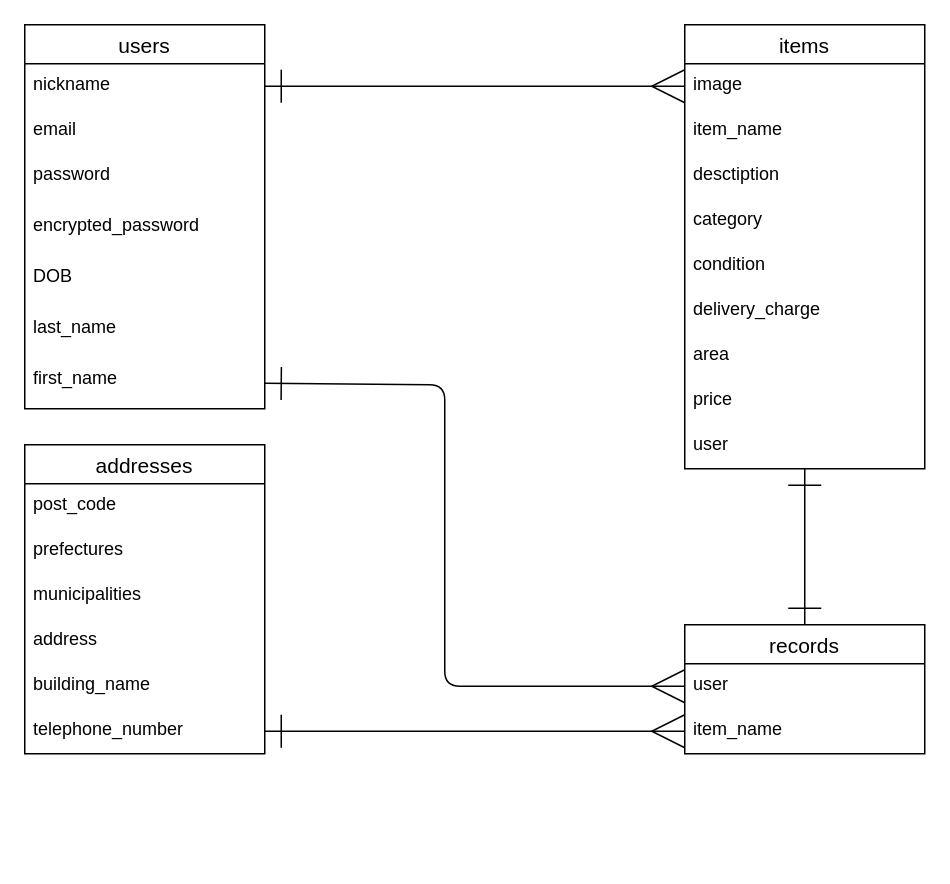
The draw.io diagram config/furima.dio in Kokiy8/furima-36686, before the edit. Source tidied: cells renumbered, new cells numbered last; positions are measured from the earlier drawing's top-left corner, leaving out a move shared by most shapes. Both pictures are drawn from the tidied source at 150%, with x=0, y=0 at pixel (24, 24).
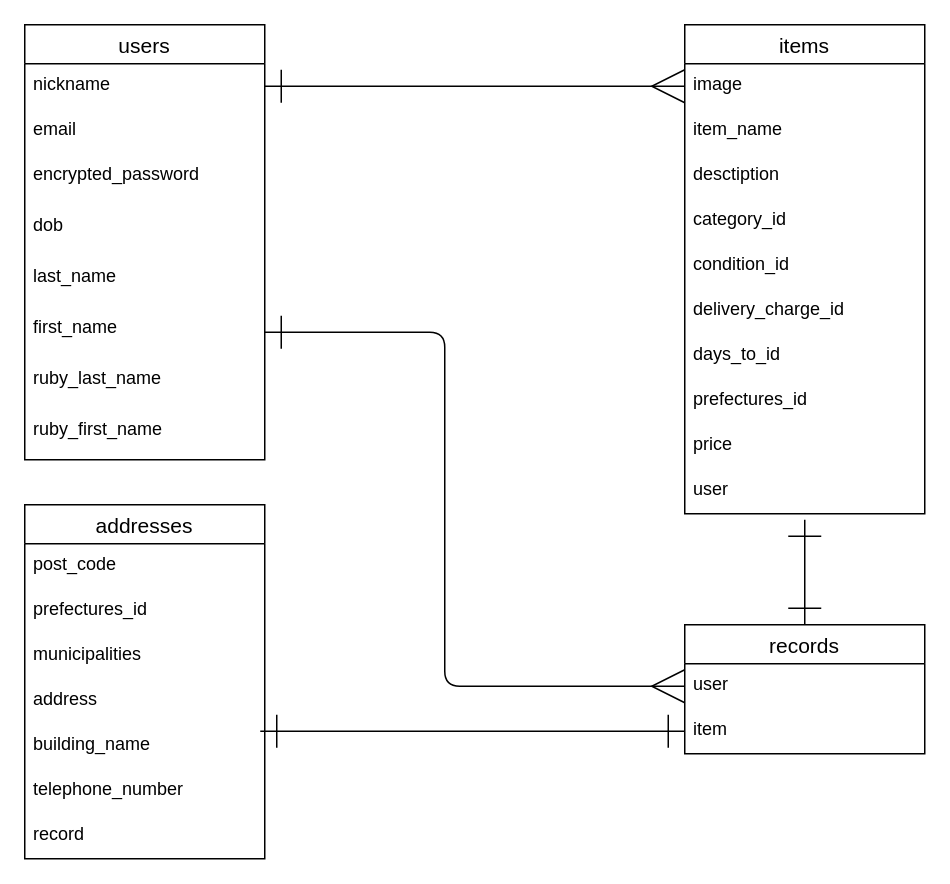
The same diagram, later.

Commit message (it also covers changes not shown here):
DB設計の修正

Unchanged cells that the change refers to:
```xml
<mxCell id="21" value="records" style="swimlane;fontStyle=0;horizontal=1;startSize=26;align=center;fontSize=14;" parent="1" vertex="1">
  <mxGeometry x="440" y="400" width="160" height="86" as="geometry" />
</mxCell>
<mxCell id="22" value="user" style="text;strokeColor=none;fillColor=none;spacingLeft=4;spacingRight=4;overflow=hidden;points=[[0,0.5],[1,0.5]];portConstraint=eastwest;fontSize=12;" parent="21" vertex="1">
  <mxGeometry y="26" width="160" height="30" as="geometry" />
</mxCell>
<mxCell id="30" value="telephone_number" style="text;strokeColor=none;fillColor=none;spacingLeft=4;spacingRight=4;overflow=hidden;points=[[0,0.5],[1,0.5]];portConstraint=eastwest;fontSize=12;" parent="24" vertex="1">
  <mxGeometry y="176" width="160" height="30" as="geometry" />
</mxCell>
```

What changed in the source:
```diff
@@
     <mxCell id="2" value="items" style="swimlane;fontStyle=0;horizontal=1;startSize=26;align=center;fontSize=14;" parent="1" vertex="1">
-      <mxGeometry x="440" width="160" height="296" as="geometry" />
+      <mxGeometry x="440" width="160" height="326" as="geometry" />
     </mxCell>
@@
-    <mxCell id="6" value="category" style="text;strokeColor=none;fillColor=none;spacingLeft=4;spacingRight=4;overflow=hidden;fontSize=12;" parent="2" vertex="1">
+    <mxCell id="6" value="category_id" style="text;strokeColor=none;fillColor=none;spacingLeft=4;spacingRight=4;overflow=hidden;fontSize=12;" parent="2" vertex="1">
       <mxGeometry y="116" width="160" height="30" as="geometry" />
     </mxCell>
-    <mxCell id="7" value="condition" style="text;strokeColor=none;fillColor=none;spacingLeft=4;spacingRight=4;overflow=hidden;fontSize=12;" parent="2" vertex="1">
+    <mxCell id="7" value="condition_id" style="text;strokeColor=none;fillColor=none;spacingLeft=4;spacingRight=4;overflow=hidden;fontSize=12;" parent="2" vertex="1">
       <mxGeometry y="146" width="160" height="30" as="geometry" />
     </mxCell>
-    <mxCell id="8" value="delivery_charge" style="text;strokeColor=none;fillColor=none;spacingLeft=4;spacingRight=4;overflow=hidden;fontSize=12;" parent="2" vertex="1">
+    <mxCell id="8" value="delivery_charge_id" style="text;strokeColor=none;fillColor=none;spacingLeft=4;spacingRight=4;overflow=hidden;fontSize=12;" parent="2" vertex="1">
       <mxGeometry y="176" width="160" height="30" as="geometry" />
     </mxCell>
+    <mxCell id="34" value="days_to_id" style="text;strokeColor=none;fillColor=none;spacingLeft=4;spacingRight=4;overflow=hidden;fontSize=12;" parent="2" vertex="1">
+      <mxGeometry y="206" width="160" height="30" as="geometry" />
+    </mxCell>
-    <mxCell id="9" value="area" style="text;strokeColor=none;fillColor=none;spacingLeft=4;spacingRight=4;overflow=hidden;fontSize=12;" parent="2" vertex="1">
-      <mxGeometry y="206" width="160" height="30" as="geometry" />
+    <mxCell id="9" value="prefectures_id" style="text;strokeColor=none;fillColor=none;spacingLeft=4;spacingRight=4;overflow=hidden;fontSize=12;" parent="2" vertex="1">
+      <mxGeometry y="236" width="160" height="30" as="geometry" />
     </mxCell>
     <mxCell id="10" value="price" style="text;strokeColor=none;fillColor=none;spacingLeft=4;spacingRight=4;overflow=hidden;fontSize=12;" parent="2" vertex="1">
-      <mxGeometry y="236" width="160" height="30" as="geometry" />
+      <mxGeometry y="266" width="160" height="30" as="geometry" />
     </mxCell>
     <mxCell id="11" value="user" style="text;strokeColor=none;fillColor=none;spacingLeft=4;spacingRight=4;overflow=hidden;points=[[0,0.5],[1,0.5]];portConstraint=eastwest;fontSize=12;" parent="2" vertex="1">
-      <mxGeometry y="266" width="160" height="30" as="geometry" />
+      <mxGeometry y="296" width="160" height="30" as="geometry" />
     </mxCell>
     <mxCell id="12" value="users" style="swimlane;fontStyle=0;horizontal=1;startSize=26;align=center;fontSize=14;" parent="1" vertex="1">
-      <mxGeometry width="160" height="256" as="geometry" />
+      <mxGeometry width="160" height="290" as="geometry" />
     </mxCell>
@@
-    <mxCell id="15" value="password" style="text;strokeColor=none;fillColor=none;spacingLeft=4;spacingRight=4;overflow=hidden;fontSize=12;" parent="12" vertex="1">
-      <mxGeometry y="86" width="160" height="34" as="geometry" />
-    </mxCell>
     <mxCell id="16" value="encrypted_password" style="text;strokeColor=none;fillColor=none;spacingLeft=4;spacingRight=4;overflow=hidden;fontSize=12;" parent="12" vertex="1">
-      <mxGeometry y="120" width="160" height="34" as="geometry" />
+      <mxGeometry y="86" width="160" height="34" as="geometry" />
     </mxCell>
-    <mxCell id="17" value="DOB" style="text;strokeColor=none;fillColor=none;spacingLeft=4;spacingRight=4;overflow=hidden;fontSize=12;" parent="12" vertex="1">
-      <mxGeometry y="154" width="160" height="34" as="geometry" />
+    <mxCell id="17" value="dob" style="text;strokeColor=none;fillColor=none;spacingLeft=4;spacingRight=4;overflow=hidden;fontSize=12;" parent="12" vertex="1">
+      <mxGeometry y="120" width="160" height="34" as="geometry" />
     </mxCell>
     <mxCell id="18" value="last_name" style="text;strokeColor=none;fillColor=none;spacingLeft=4;spacingRight=4;overflow=hidden;fontSize=12;" parent="12" vertex="1">
-      <mxGeometry y="188" width="160" height="34" as="geometry" />
+      <mxGeometry y="154" width="160" height="34" as="geometry" />
     </mxCell>
     <mxCell id="19" value="first_name" style="text;strokeColor=none;fillColor=none;spacingLeft=4;spacingRight=4;overflow=hidden;points=[[0,0.5],[1,0.5]];portConstraint=eastwest;fontSize=12;" parent="12" vertex="1">
-      <mxGeometry y="222" width="160" height="34" as="geometry" />
+      <mxGeometry y="188" width="160" height="34" as="geometry" />
     </mxCell>
+    <mxCell id="35" value="ruby_last_name" style="text;strokeColor=none;fillColor=none;spacingLeft=4;spacingRight=4;overflow=hidden;fontSize=12;" parent="12" vertex="1">
+      <mxGeometry y="222" width="160" height="34" as="geometry" />
+    </mxCell>
+    <mxCell id="36" value="ruby_first_name" style="text;strokeColor=none;fillColor=none;spacingLeft=4;spacingRight=4;overflow=hidden;fontSize=12;" parent="12" vertex="1">
+      <mxGeometry y="256" width="160" height="34" as="geometry" />
+    </mxCell>
-    <mxCell id="20" style="edgeStyle=none;html=1;startArrow=ERone;startFill=0;endArrow=ERone;endFill=0;startSize=20;endSize=20;targetPerimeterSpacing=0;" parent="1" edge="1" source="21" target="11">
-      <mxGeometry relative="1" as="geometry" />
+    <mxCell id="20" style="edgeStyle=none;html=1;startArrow=ERone;startFill=0;endArrow=ERone;endFill=0;startSize=20;endSize=20;targetPerimeterSpacing=0;" parent="1" edge="1" source="21">
+      <mxGeometry relative="1" as="geometry">
+        <mxPoint x="520" y="330" as="targetPoint" />
+      </mxGeometry>
     </mxCell>
@@
-    <mxCell id="23" value="item_name" style="text;strokeColor=none;fillColor=none;spacingLeft=4;spacingRight=4;overflow=hidden;points=[[0,0.5],[1,0.5]];portConstraint=eastwest;fontSize=12;" parent="21" vertex="1">
+    <mxCell id="23" value="item" style="text;strokeColor=none;fillColor=none;spacingLeft=4;spacingRight=4;overflow=hidden;points=[[0,0.5],[1,0.5]];portConstraint=eastwest;fontSize=12;" parent="21" vertex="1">
       <mxGeometry y="56" width="160" height="30" as="geometry" />
     </mxCell>
     <mxCell id="24" value="addresses" style="swimlane;fontStyle=0;horizontal=1;startSize=26;align=center;fontSize=14;" parent="1" vertex="1">
-      <mxGeometry y="280" width="160" height="206" as="geometry" />
+      <mxGeometry y="320" width="160" height="236" as="geometry" />
     </mxCell>
@@
-    <mxCell id="26" value="prefectures" style="text;strokeColor=none;fillColor=none;spacingLeft=4;spacingRight=4;overflow=hidden;fontSize=12;" parent="24" vertex="1">
+    <mxCell id="26" value="prefectures_id" style="text;strokeColor=none;fillColor=none;spacingLeft=4;spacingRight=4;overflow=hidden;fontSize=12;" parent="24" vertex="1">
       <mxGeometry y="56" width="160" height="30" as="geometry" />
     </mxCell>
@@
+    <mxCell id="37" value="record" style="text;strokeColor=none;fillColor=none;spacingLeft=4;spacingRight=4;overflow=hidden;fontSize=12;" parent="24" vertex="1">
+      <mxGeometry y="206" width="160" height="30" as="geometry" />
+    </mxCell>
@@
     <mxCell id="32" style="edgeStyle=none;html=1;exitX=0;exitY=0.5;exitDx=0;exitDy=0;startArrow=ERmany;startFill=0;endArrow=ERone;endFill=0;startSize=20;endSize=20;targetPerimeterSpacing=0;entryX=1;entryY=0.5;entryDx=0;entryDy=0;" parent="1" edge="1" source="22" target="19">
       <mxGeometry relative="1" as="geometry">
         <Array as="points">
           <mxPoint x="280" y="441" />
-          <mxPoint x="280" y="240" />
+          <mxPoint x="280" y="205" />
         </Array>
       </mxGeometry>
     </mxCell>
-    <mxCell id="33" style="edgeStyle=none;html=1;entryX=0;entryY=0.5;entryDx=0;entryDy=0;startArrow=ERone;startFill=0;endArrow=ERmany;endFill=0;startSize=20;endSize=20;targetPerimeterSpacing=0;exitX=1;exitY=0.5;exitDx=0;exitDy=0;" parent="1" edge="1" source="30" target="23">
-      <mxGeometry relative="1" as="geometry" />
+    <mxCell id="33" style="edgeStyle=none;html=1;entryX=0;entryY=0.5;entryDx=0;entryDy=0;startArrow=ERone;startFill=0;endArrow=ERone;endFill=0;startSize=20;endSize=20;targetPerimeterSpacing=0;" parent="1" edge="1" target="23">
+      <mxGeometry relative="1" as="geometry">
+        <mxPoint x="157" y="471" as="sourcePoint" />
+      </mxGeometry>
     </mxCell>
```
